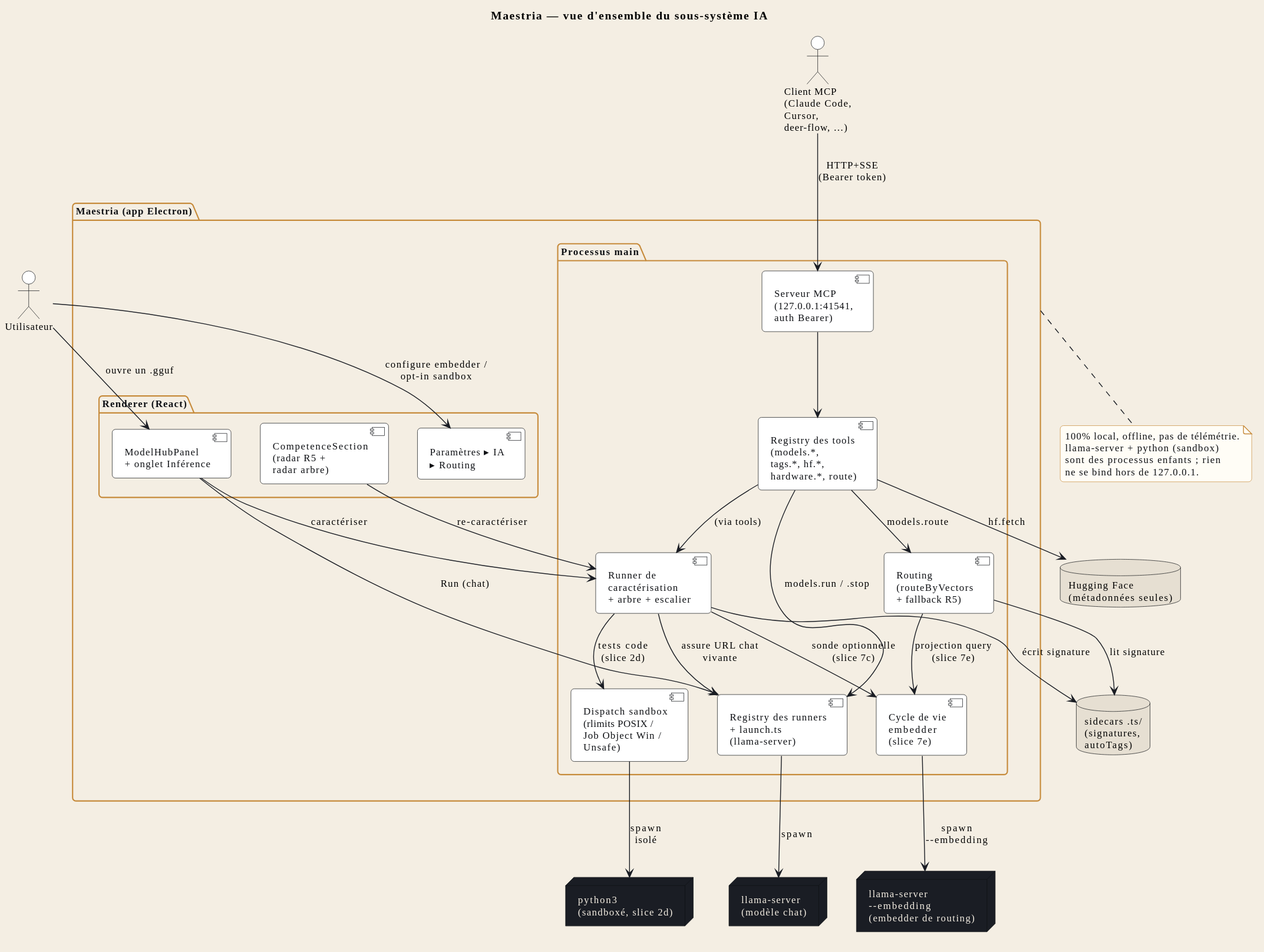
Above: docs/fr/svg/system-overview.svg in Syphys/maestria (PlantUML), before the change. Its diagram source:
```plantuml
@startuml
!include _includes/style.iuml
!include _includes/actors.iuml

title Maestria — vue d'ensemble du sous-système IA

package "Maestria (app Electron)" as MAESTRIA {
  package "Renderer (React)" {
    component "ModelHubPanel\n+ onglet Inférence" as UI_PANEL
    component "CompetenceSection\n(radar R5 +\nradar arbre)" as UI_RADAR
    component "Paramètres ▸ IA\n▸ Routing" as UI_SETTINGS
  }
  package "Processus main" {
    component "Serveur MCP\n(127.0.0.1:41541,\nauth Bearer)" as MCP_SERVER
    component "Registry des tools\n(models.*,\ntags.*, hf.*,\nhardware.*, route)" as REGISTRY
    component "Routing\n(routeByVectors\n+ fallback R5)" as ROUTING
    component "Runner de\ncaractérisation\n+ arbre + escalier" as CHARACT
    component "Dispatch sandbox\n(rlimits POSIX /\nJob Object Win /\nUnsafe)" as SANDBOX
    component "Cycle de vie\nembedder\n(slice 7e)" as EMBED_LC
    component "Registry des runners\n+ launch.ts\n(llama-server)" as RUNNERS
  }
}

USER --> UI_PANEL : ouvre un .gguf
USER --> UI_SETTINGS : configure embedder /\nopt-in sandbox
UI_PANEL --> CHARACT : caractériser
UI_PANEL --> RUNNERS : Run (chat)
UI_RADAR --> CHARACT : re-caractériser

MCP_CLIENT --> MCP_SERVER : HTTP+SSE\n(Bearer token)
MCP_SERVER --> REGISTRY
REGISTRY --> ROUTING : models.route
REGISTRY --> CHARACT : (via tools)
REGISTRY --> RUNNERS : models.run / .stop

CHARACT --> RUNNERS : assure URL chat\nvivante
CHARACT --> EMBED_LC : sonde optionnelle\n(slice 7c)
CHARACT --> SANDBOX : tests code\n(slice 2d)
ROUTING --> EMBED_LC : projection query\n(slice 7e)

RUNNERS --> LLAMA_CHAT : spawn
EMBED_LC --> LLAMA_EMBED : spawn\n--embedding
SANDBOX --> PYTHON_SANDBOX : spawn\nisolé

CHARACT --> SIDECARS : écrit signature
ROUTING --> SIDECARS : lit signature
REGISTRY --> HF : hf.fetch

note bottom of MAESTRIA
  100% local, offline, pas de télémétrie.
  llama-server + python (sandbox)
  sont des processus enfants ; rien
  ne se bind hors de 127.0.0.1.
end note
@enduml
```
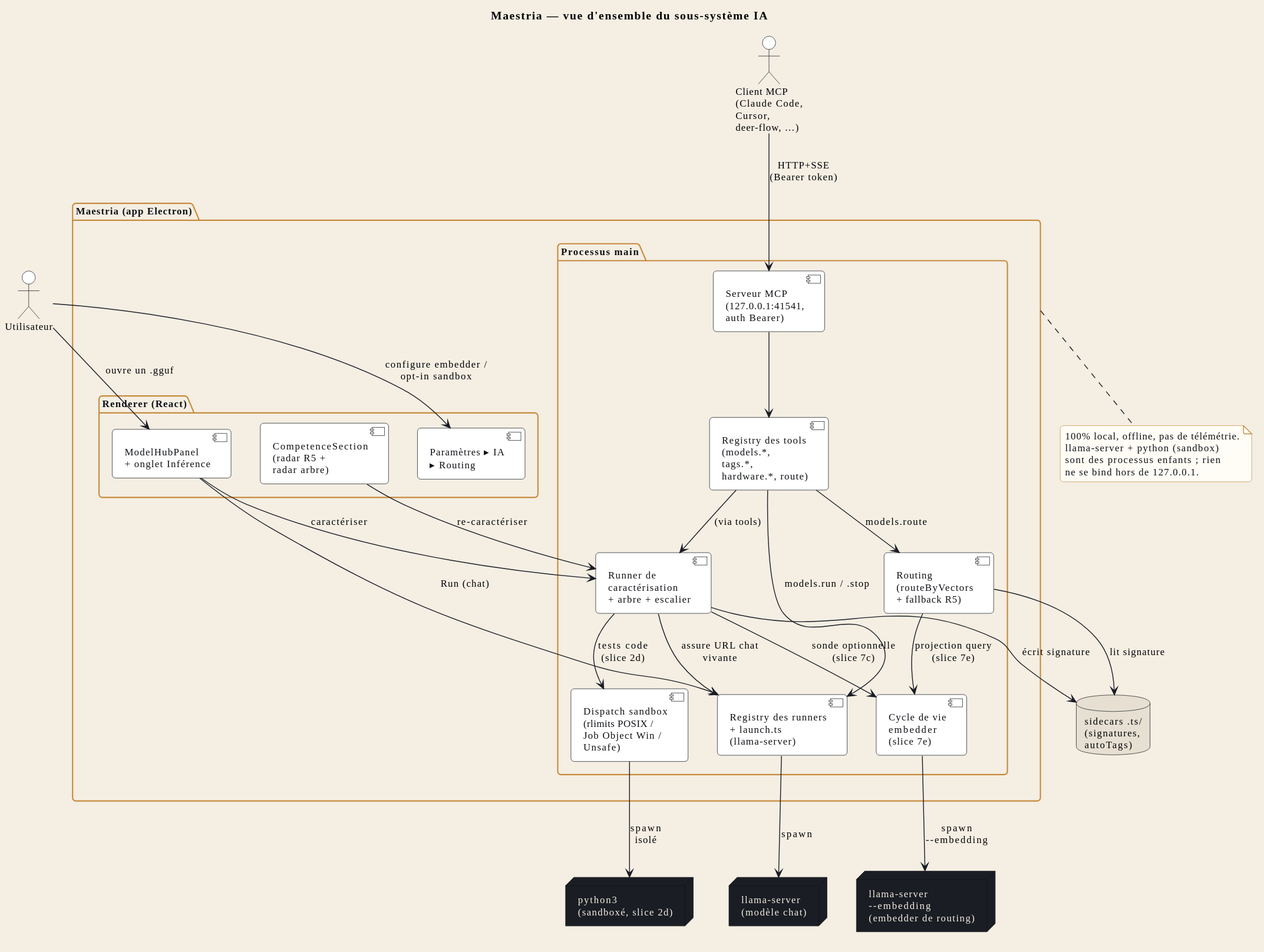
After the commit.

What changed in the source:
```diff
@@ -2,54 +2,53 @@
 !include _includes/style.iuml
 !include _includes/actors.iuml
 
-title Maestria — vue d'ensemble du sous-système IA
+title STR_SYSOV_TITLE
 
-package "Maestria (app Electron)" as MAESTRIA {
+package "STR_SYSOV_MAESTRIA_PKG" as MAESTRIA {
   package "Renderer (React)" {
-    component "ModelHubPanel\n+ onglet Inférence" as UI_PANEL
-    component "CompetenceSection\n(radar R5 +\nradar arbre)" as UI_RADAR
-    component "Paramètres ▸ IA\n▸ Routing" as UI_SETTINGS
+    component "STR_SYSOV_UI_PANEL" as UI_PANEL
+    component "STR_SYSOV_UI_RADAR" as UI_RADAR
+    component "STR_SYSOV_UI_SETTINGS" as UI_SETTINGS
   }
-  package "Processus main" {
-    component "Serveur MCP\n(127.0.0.1:41541,\nauth Bearer)" as MCP_SERVER
-    component "Registry des tools\n(models.*,\ntags.*, hf.*,\nhardware.*, route)" as REGISTRY
-    component "Routing\n(routeByVectors\n+ fallback R5)" as ROUTING
-    component "Runner de\ncaractérisation\n+ arbre + escalier" as CHARACT
-    component "Dispatch sandbox\n(rlimits POSIX /\nJob Object Win /\nUnsafe)" as SANDBOX
-    component "Cycle de vie\nembedder\n(slice 7e)" as EMBED_LC
-    component "Registry des runners\n+ launch.ts\n(llama-server)" as RUNNERS
+  package "STR_SYSOV_MAIN_PKG" {
+    component "STR_SYSOV_MCP_SERVER" as MCP_SERVER
+    component "STR_SYSOV_REGISTRY" as REGISTRY
+    component "STR_SYSOV_ROUTING" as ROUTING
+    component "STR_SYSOV_CHARACT" as CHARACT
+    component "STR_SYSOV_SANDBOX" as SANDBOX
+    component "STR_SYSOV_EMBED_LC" as EMBED_LC
+    component "STR_SYSOV_RUNNERS" as RUNNERS
   }
 }
 
-USER --> UI_PANEL : ouvre un .gguf
-USER --> UI_SETTINGS : configure embedder /\nopt-in sandbox
-UI_PANEL --> CHARACT : caractériser
+USER --> UI_PANEL : STR_SYSOV_REL_OPEN_GGUF
+USER --> UI_SETTINGS : STR_SYSOV_REL_USER_SETTINGS
+UI_PANEL --> CHARACT : STR_SYSOV_REL_CHARACTERIZE
 UI_PANEL --> RUNNERS : Run (chat)
-UI_RADAR --> CHARACT : re-caractériser
+UI_RADAR --> CHARACT : STR_SYSOV_REL_RECHAR
 
 MCP_CLIENT --> MCP_SERVER : HTTP+SSE\n(Bearer token)
 MCP_SERVER --> REGISTRY
 REGISTRY --> ROUTING : models.route
-REGISTRY --> CHARACT : (via tools)
+REGISTRY --> CHARACT : STR_SYSOV_REL_VIA_TOOLS
 REGISTRY --> RUNNERS : models.run / .stop
 
-CHARACT --> RUNNERS : assure URL chat\nvivante
-CHARACT --> EMBED_LC : sonde optionnelle\n(slice 7c)
-CHARACT --> SANDBOX : tests code\n(slice 2d)
-ROUTING --> EMBED_LC : projection query\n(slice 7e)
+CHARACT --> RUNNERS : STR_SYSOV_REL_ENSURE_CHAT
+CHARACT --> EMBED_LC : STR_SYSOV_REL_OPT_PROBE
+CHARACT --> SANDBOX : STR_SYSOV_REL_CODE_TESTS
+ROUTING --> EMBED_LC : STR_SYSOV_REL_PROJ_QUERY
 
 RUNNERS --> LLAMA_CHAT : spawn
 EMBED_LC --> LLAMA_EMBED : spawn\n--embedding
-SANDBOX --> PYTHON_SANDBOX : spawn\nisolé
+SANDBOX --> PYTHON_SANDBOX : STR_SYSOV_REL_ISOLATED_SPAWN
 
-CHARACT --> SIDECARS : écrit signature
-ROUTING --> SIDECARS : lit signature
-REGISTRY --> HF : hf.fetch
+CHARACT --> SIDECARS : STR_SYSOV_REL_WRITE_SIG
+ROUTING --> SIDECARS : STR_SYSOV_REL_READ_SIG
 
 note bottom of MAESTRIA
-  100% local, offline, pas de télémétrie.
-  llama-server + python (sandbox)
-  sont des processus enfants ; rien
-  ne se bind hors de 127.0.0.1.
+  STR_SYSOV_NOTE_L1
+  STR_SYSOV_NOTE_L2
+  STR_SYSOV_NOTE_L3
+  STR_SYSOV_NOTE_L4
 end note
 @enduml
```
